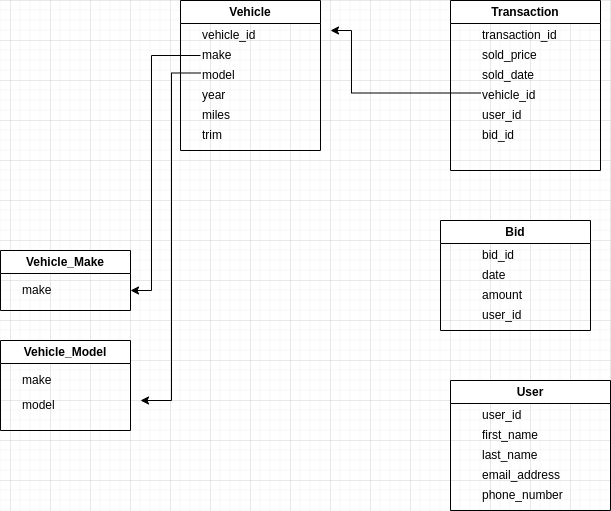
The draw.io diagram Relational-Schema.png in CassiusUSB/platform-docs, before a commit. Source tidied: cells renumbered, new cells last; positions are measured from the earlier drawing's top-left corner, leaving out a move shared by most shapes. Source of this version:
```xml
<mxGraphModel>
  <root>
    <mxCell id="0" />
    <mxCell id="1" parent="0" />
    <mxCell id="2" value="Vehicle" style="swimlane;whiteSpace=wrap;html=1;fillColor=#FFFFFF;" parent="1" vertex="1">
      <mxGeometry x="180" width="140" height="150" as="geometry" />
    </mxCell>
    <mxCell id="3" value="vehicle_id" style="text;html=1;strokeColor=none;fillColor=none;align=left;verticalAlign=middle;whiteSpace=wrap;rounded=0;" parent="2" vertex="1">
      <mxGeometry x="20" y="30" width="65" height="10" as="geometry" />
    </mxCell>
    <mxCell id="4" style="edgeStyle=orthogonalEdgeStyle;rounded=0;jettySize=auto;html=1;exitX=0;exitY=0.5;exitDx=0;exitDy=0;" parent="2" edge="1" source="5">
      <mxGeometry relative="1" as="geometry">
        <mxPoint x="-50" y="290" as="targetPoint" />
        <Array as="points">
          <mxPoint x="-29" y="55" />
          <mxPoint x="-29" y="290" />
        </Array>
      </mxGeometry>
    </mxCell>
    <mxCell id="5" value="make" style="text;html=1;strokeColor=none;fillColor=none;align=left;verticalAlign=middle;whiteSpace=wrap;rounded=0;" parent="2" vertex="1">
      <mxGeometry x="20" y="50" width="65" height="10" as="geometry" />
    </mxCell>
    <mxCell id="6" style="edgeStyle=orthogonalEdgeStyle;rounded=0;jettySize=auto;html=1;exitX=0;exitY=0.25;exitDx=0;exitDy=0;" parent="2" edge="1" source="7">
      <mxGeometry relative="1" as="geometry">
        <mxPoint x="-40" y="400" as="targetPoint" />
        <Array as="points">
          <mxPoint x="-9" y="73" />
          <mxPoint x="-9" y="400" />
        </Array>
      </mxGeometry>
    </mxCell>
    <mxCell id="7" value="model" style="text;html=1;strokeColor=none;fillColor=none;align=left;verticalAlign=middle;whiteSpace=wrap;rounded=0;" parent="2" vertex="1">
      <mxGeometry x="20" y="70" width="60" height="10" as="geometry" />
    </mxCell>
    <mxCell id="8" value="year" style="text;html=1;strokeColor=none;fillColor=none;align=left;verticalAlign=middle;whiteSpace=wrap;rounded=0;" parent="2" vertex="1">
      <mxGeometry x="20" y="90" width="60" height="10" as="geometry" />
    </mxCell>
    <mxCell id="9" value="miles" style="text;html=1;strokeColor=none;fillColor=none;align=left;verticalAlign=middle;whiteSpace=wrap;rounded=0;" parent="2" vertex="1">
      <mxGeometry x="20" y="110" width="60" height="10" as="geometry" />
    </mxCell>
    <mxCell id="10" value="trim" style="text;html=1;strokeColor=none;fillColor=none;align=left;verticalAlign=middle;whiteSpace=wrap;rounded=0;" parent="2" vertex="1">
      <mxGeometry x="20" y="130" width="60" height="10" as="geometry" />
    </mxCell>
    <mxCell id="11" style="edgeStyle=orthogonalEdgeStyle;rounded=0;orthogonalLoop=1;jettySize=auto;html=1;exitX=0.5;exitY=1;exitDx=0;exitDy=0;" parent="2" edge="1" source="7" target="7">
      <mxGeometry relative="1" as="geometry" />
    </mxCell>
    <mxCell id="12" value="Bid" style="swimlane;whiteSpace=wrap;html=1;" parent="1" vertex="1">
      <mxGeometry x="440" y="220" width="150" height="110" as="geometry" />
    </mxCell>
    <mxCell id="13" value="bid_id" style="text;html=1;strokeColor=none;fillColor=none;align=left;verticalAlign=middle;whiteSpace=wrap;rounded=0;" parent="12" vertex="1">
      <mxGeometry x="40" y="30" width="60" height="10" as="geometry" />
    </mxCell>
    <mxCell id="14" value="user_id" style="text;html=1;strokeColor=none;fillColor=none;align=left;verticalAlign=middle;whiteSpace=wrap;rounded=0;" parent="12" vertex="1">
      <mxGeometry x="40" y="90" width="60" height="10" as="geometry" />
    </mxCell>
    <mxCell id="15" value="date" style="text;html=1;strokeColor=none;fillColor=none;align=left;verticalAlign=middle;whiteSpace=wrap;rounded=0;" parent="12" vertex="1">
      <mxGeometry x="40" y="50" width="60" height="10" as="geometry" />
    </mxCell>
    <mxCell id="16" value="amount" style="text;html=1;strokeColor=none;fillColor=none;align=left;verticalAlign=middle;whiteSpace=wrap;rounded=0;" parent="12" vertex="1">
      <mxGeometry x="40" y="70" width="60" height="10" as="geometry" />
    </mxCell>
    <mxCell id="17" value="Transaction" style="swimlane;whiteSpace=wrap;html=1;" parent="1" vertex="1">
      <mxGeometry x="450" width="150" height="170" as="geometry" />
    </mxCell>
    <mxCell id="18" value="transaction_id" style="text;html=1;strokeColor=none;fillColor=none;align=left;verticalAlign=middle;whiteSpace=wrap;rounded=0;" parent="17" vertex="1">
      <mxGeometry x="30" y="30" width="60" height="10" as="geometry" />
    </mxCell>
    <mxCell id="19" value="sold_price" style="text;html=1;strokeColor=none;fillColor=none;align=left;verticalAlign=middle;whiteSpace=wrap;rounded=0;" parent="17" vertex="1">
      <mxGeometry x="30" y="50" width="60" height="10" as="geometry" />
    </mxCell>
    <mxCell id="20" value="sold_date" style="text;html=1;strokeColor=none;fillColor=none;align=left;verticalAlign=middle;whiteSpace=wrap;rounded=0;" parent="17" vertex="1">
      <mxGeometry x="30" y="70" width="60" height="10" as="geometry" />
    </mxCell>
    <mxCell id="21" style="edgeStyle=orthogonalEdgeStyle;rounded=0;jettySize=auto;html=1;exitX=0;exitY=0.25;exitDx=0;exitDy=0;" parent="17" edge="1" source="22">
      <mxGeometry relative="1" as="geometry">
        <mxPoint x="-120" y="30" as="targetPoint" />
        <Array as="points">
          <mxPoint x="-99" y="92" />
          <mxPoint x="-99" y="30" />
        </Array>
      </mxGeometry>
    </mxCell>
    <mxCell id="22" value="vehicle_id" style="text;html=1;strokeColor=none;fillColor=none;align=left;verticalAlign=middle;whiteSpace=wrap;rounded=0;" parent="17" vertex="1">
      <mxGeometry x="30" y="90" width="60" height="10" as="geometry" />
    </mxCell>
    <mxCell id="23" value="user_id" style="text;html=1;strokeColor=none;fillColor=none;align=left;verticalAlign=middle;whiteSpace=wrap;rounded=0;" parent="17" vertex="1">
      <mxGeometry x="30" y="110" width="60" height="10" as="geometry" />
    </mxCell>
    <mxCell id="24" value="bid_id" style="text;html=1;strokeColor=none;fillColor=none;align=left;verticalAlign=middle;whiteSpace=wrap;rounded=0;" parent="17" vertex="1">
      <mxGeometry x="30" y="130" width="60" height="10" as="geometry" />
    </mxCell>
    <mxCell id="25" value="User" style="swimlane;whiteSpace=wrap;html=1;" parent="1" vertex="1">
      <mxGeometry x="450" y="380" width="160" height="130" as="geometry" />
    </mxCell>
    <mxCell id="26" value="last_name" style="text;html=1;strokeColor=none;fillColor=none;align=left;verticalAlign=middle;whiteSpace=wrap;rounded=0;" parent="25" vertex="1">
      <mxGeometry x="30" y="70" width="60" height="10" as="geometry" />
    </mxCell>
    <mxCell id="27" value="email_address" style="text;html=1;strokeColor=none;fillColor=none;align=left;verticalAlign=middle;whiteSpace=wrap;rounded=0;" parent="25" vertex="1">
      <mxGeometry x="30" y="90" width="60" height="10" as="geometry" />
    </mxCell>
    <mxCell id="28" value="first_name" style="text;html=1;strokeColor=none;fillColor=none;align=left;verticalAlign=middle;whiteSpace=wrap;rounded=0;" parent="25" vertex="1">
      <mxGeometry x="30" y="50" width="60" height="10" as="geometry" />
    </mxCell>
    <mxCell id="29" value="phone_number" style="text;html=1;strokeColor=none;fillColor=none;align=left;verticalAlign=middle;whiteSpace=wrap;rounded=0;" parent="25" vertex="1">
      <mxGeometry x="30" y="110" width="60" height="10" as="geometry" />
    </mxCell>
    <mxCell id="30" value="user_id" style="text;html=1;strokeColor=none;fillColor=none;align=left;verticalAlign=middle;whiteSpace=wrap;rounded=0;" parent="25" vertex="1">
      <mxGeometry x="30" y="30" width="60" height="10" as="geometry" />
    </mxCell>
    <mxCell id="31" value="Vehicle_Make" style="swimlane;whiteSpace=wrap;html=1;" parent="1" vertex="1">
      <mxGeometry y="250" width="130" height="60" as="geometry" />
    </mxCell>
    <mxCell id="32" value="make" style="text;html=1;strokeColor=none;fillColor=none;align=left;verticalAlign=middle;whiteSpace=wrap;rounded=0;" parent="31" vertex="1">
      <mxGeometry x="20" y="35" width="60" height="10" as="geometry" />
    </mxCell>
    <mxCell id="33" value="Vehicle_Model" style="swimlane;whiteSpace=wrap;html=1;" parent="1" vertex="1">
      <mxGeometry y="340" width="130" height="90" as="geometry" />
    </mxCell>
    <mxCell id="34" value="make" style="text;html=1;strokeColor=none;fillColor=none;align=left;verticalAlign=middle;whiteSpace=wrap;rounded=0;" parent="33" vertex="1">
      <mxGeometry x="20" y="35" width="60" height="10" as="geometry" />
    </mxCell>
    <mxCell id="35" value="model" style="text;html=1;strokeColor=none;fillColor=none;align=left;verticalAlign=middle;whiteSpace=wrap;rounded=0;" parent="33" vertex="1">
      <mxGeometry x="20" y="60" width="60" height="10" as="geometry" />
    </mxCell>
  </root>
</mxGraphModel>
```
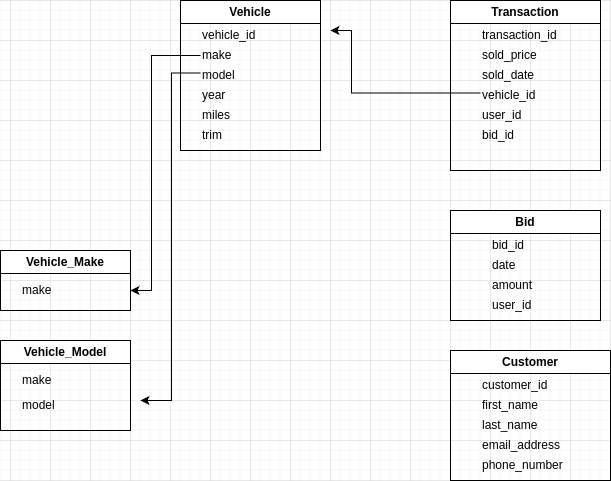
Above is the later version.

The edit, as a diff of the source:
```diff
@@ -45,7 +45,7 @@
       <mxGeometry relative="1" as="geometry" />
     </mxCell>
     <mxCell id="12" value="Bid" style="swimlane;whiteSpace=wrap;html=1;" parent="1" vertex="1">
-      <mxGeometry x="440" y="220" width="150" height="110" as="geometry" />
+      <mxGeometry x="450" y="210" width="150" height="110" as="geometry" />
     </mxCell>
     <mxCell id="13" value="bid_id" style="text;html=1;strokeColor=none;fillColor=none;align=left;verticalAlign=middle;whiteSpace=wrap;rounded=0;" parent="12" vertex="1">
       <mxGeometry x="40" y="30" width="60" height="10" as="geometry" />
@@ -89,8 +89,8 @@
     <mxCell id="24" value="bid_id" style="text;html=1;strokeColor=none;fillColor=none;align=left;verticalAlign=middle;whiteSpace=wrap;rounded=0;" parent="17" vertex="1">
       <mxGeometry x="30" y="130" width="60" height="10" as="geometry" />
     </mxCell>
-    <mxCell id="25" value="User" style="swimlane;whiteSpace=wrap;html=1;" parent="1" vertex="1">
-      <mxGeometry x="450" y="380" width="160" height="130" as="geometry" />
+    <mxCell id="25" value="Customer" style="swimlane;whiteSpace=wrap;html=1;" parent="1" vertex="1">
+      <mxGeometry x="450" y="350" width="160" height="130" as="geometry" />
     </mxCell>
     <mxCell id="26" value="last_name" style="text;html=1;strokeColor=none;fillColor=none;align=left;verticalAlign=middle;whiteSpace=wrap;rounded=0;" parent="25" vertex="1">
       <mxGeometry x="30" y="70" width="60" height="10" as="geometry" />
@@ -104,7 +104,7 @@
     <mxCell id="29" value="phone_number" style="text;html=1;strokeColor=none;fillColor=none;align=left;verticalAlign=middle;whiteSpace=wrap;rounded=0;" parent="25" vertex="1">
       <mxGeometry x="30" y="110" width="60" height="10" as="geometry" />
     </mxCell>
-    <mxCell id="30" value="user_id" style="text;html=1;strokeColor=none;fillColor=none;align=left;verticalAlign=middle;whiteSpace=wrap;rounded=0;" parent="25" vertex="1">
+    <mxCell id="30" value="customer_id" style="text;html=1;strokeColor=none;fillColor=none;align=left;verticalAlign=middle;whiteSpace=wrap;rounded=0;" parent="25" vertex="1">
       <mxGeometry x="30" y="30" width="60" height="10" as="geometry" />
     </mxCell>
     <mxCell id="31" value="Vehicle_Make" style="swimlane;whiteSpace=wrap;html=1;" parent="1" vertex="1">
```
